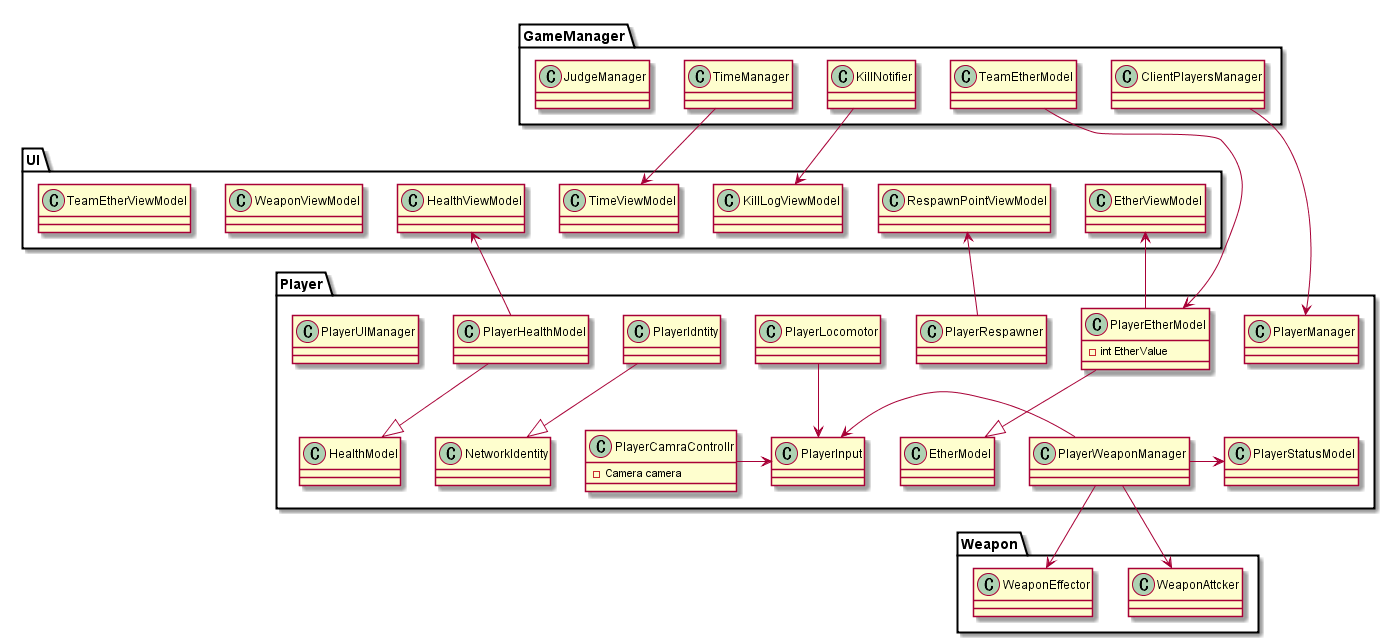
Earlier version of the PlantUML export Assets/SSP/UML/UML.png (denx-jp/SSP). Its diagram source:
```plantuml
@startuml
namespace Player{

  class PlayerManager{

  }

  class PlayerInput{

  }

  class PlayerLocomotor{

  }
  PlayerLocomotor -down-> PlayerInput

  class PlayerCamraControllr{
    - Camera camera
  }
  PlayerCamraControllr -> PlayerInput

  class PlayerIdntity{

  }
  PlayerIdntity -down-|> NetworkIdentity

  class PlayerWeaponManager{

  }
  PlayerWeaponManager -left> PlayerInput
  PlayerWeaponManager -> PlayerStatusModel
  PlayerWeaponManager -> Weapon.WeaponAttcker
  PlayerWeaponManager -> Weapon.WeaponEffector

  class PlayerRespawner{

  }
  PlayerRespawner -up-> UI.RespawnPointViewModel

  class PlayerHealthModel{

  }
  PlayerHealthModel -down-|> HealthModel
  PlayerHealthModel -up> UI.HealthViewModel

  class PlayerEtherModel{
    - int EtherValue
  }
  PlayerEtherModel -down-|> EtherModel
  PlayerEtherModel -up> UI.EtherViewModel

  class PlayerStatusModel{

  }
  class PlayerUIManager{

  }

}

namespace Weapon{
  class WeaponAttcker{

  }

  class WeaponEffector{

  }
}

namespace UI{

class HealthViewModel{

}

class EtherViewModel{

}

class WeaponViewModel{

}
class TimeViewModel{

}
GameManager.TimeManager -> TimeViewModel
class TeamEtherViewModel{

}
class KillLogViewModel{

}
GameManager.KillNotifier -> KillLogViewModel

class RespawnPointViewModel{

}

class HealthViewModel{

}

}

namespace GameManager{

class ClientPlayersManager{

}
ClientPlayersManager --> Player.PlayerManager

class KillNotifier{

}
class TimeManager{

}
class TeamEtherModel{

}
TeamEtherModel --> Player.PlayerEtherModel

class JudgeManager{

}

}

@enduml
```
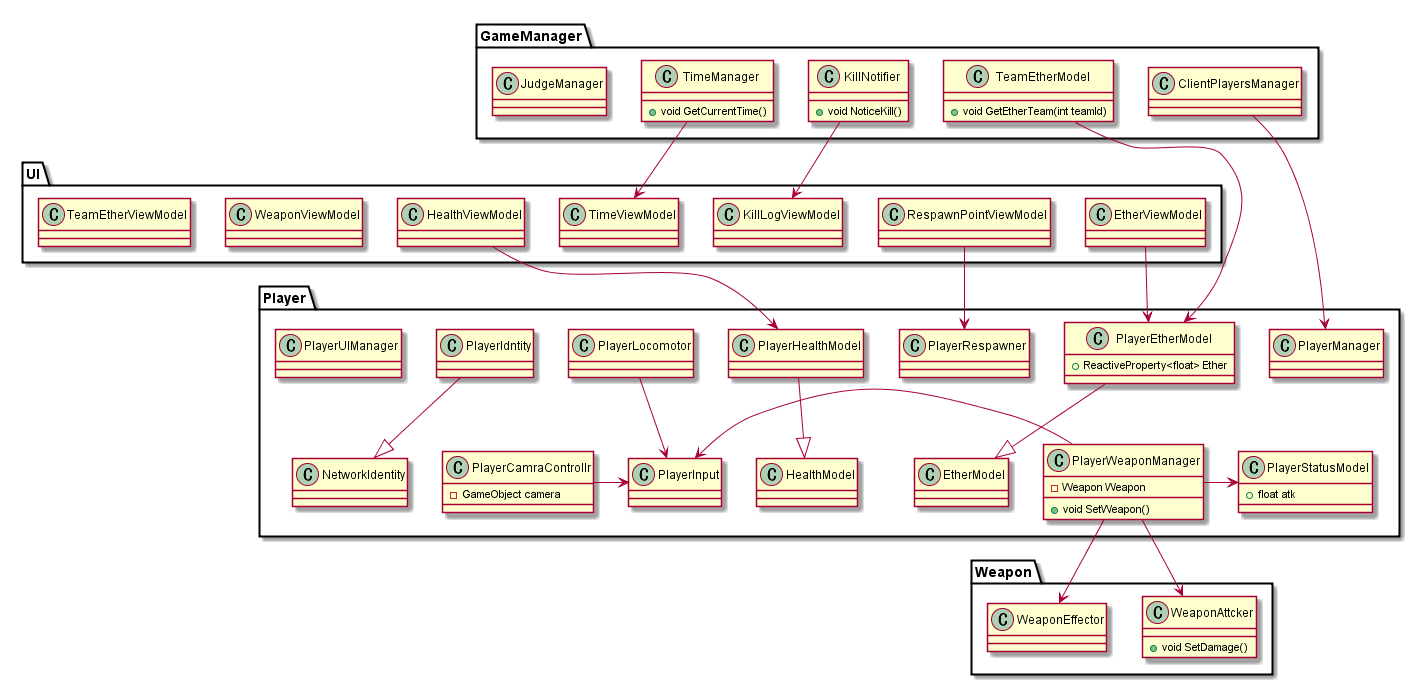
Later version of the same file.

Change to the diagram source:
```diff
@@ -15,7 +15,7 @@
   PlayerLocomotor -down-> PlayerInput
 
   class PlayerCamraControllr{
-    - Camera camera
+    - GameObject camera
   }
   PlayerCamraControllr -> PlayerInput
 
@@ -25,7 +25,8 @@
   PlayerIdntity -down-|> NetworkIdentity
 
   class PlayerWeaponManager{
-
+    - Weapon Weapon
+    + void SetWeapon()
   }
   PlayerWeaponManager -left> PlayerInput
   PlayerWeaponManager -> PlayerStatusModel
@@ -35,22 +36,19 @@
   class PlayerRespawner{
 
   }
-  PlayerRespawner -up-> UI.RespawnPointViewModel
 
   class PlayerHealthModel{
 
   }
   PlayerHealthModel -down-|> HealthModel
-  PlayerHealthModel -up> UI.HealthViewModel
 
   class PlayerEtherModel{
-    - int EtherValue
+    + ReactiveProperty<float> Ether
   }
   PlayerEtherModel -down-|> EtherModel
-  PlayerEtherModel -up> UI.EtherViewModel
 
   class PlayerStatusModel{
-
+    + float atk
   }
   class PlayerUIManager{
 
@@ -60,7 +58,7 @@
 
 namespace Weapon{
   class WeaponAttcker{
-
+    + void SetDamage()
   }
 
   class WeaponEffector{
@@ -70,60 +68,65 @@
 
 namespace UI{
 
-class HealthViewModel{
+  class HealthViewModel{
 
-}
+  }
+  HealthViewModel -down> Player.PlayerHealthModel
 
-class EtherViewModel{
+  class EtherViewModel{
 
-}
+  }
+  EtherViewModel -> Player.PlayerEtherModel
 
-class WeaponViewModel{
+  class WeaponViewModel{
 
-}
-class TimeViewModel{
+  }
+  class TimeViewModel{
 
-}
-GameManager.TimeManager -> TimeViewModel
-class TeamEtherViewModel{
+  }
+  GameManager.TimeManager -> TimeViewModel
+  class TeamEtherViewModel{
 
-}
-class KillLogViewModel{
+  }
+  class KillLogViewModel{
 
-}
-GameManager.KillNotifier -> KillLogViewModel
+  }
+  GameManager.KillNotifier -> KillLogViewModel
 
-class RespawnPointViewModel{
+  class RespawnPointViewModel{
 
-}
+  }
+  RespawnPointViewModel -> Player.PlayerRespawner
 
-class HealthViewModel{
+  class HealthViewModel{
 
-}
+  }
 
 }
 
 namespace GameManager{
 
-class ClientPlayersManager{
+  class ClientPlayersManager{
 
-}
-ClientPlayersManager --> Player.PlayerManager
+  }
+  ClientPlayersManager --> Player.PlayerManager
 
-class KillNotifier{
+  class KillNotifier{
+    + void NoticeKill()
+  }
 
-}
-class TimeManager{
+  class TimeManager{
+    + void GetCurrentTime()
+  }
 
-}
-class TeamEtherModel{
+  class TeamEtherModel{
+    + void GetEtherTeam(int teamId)
+  }
+  TeamEtherModel --> Player.PlayerEtherModel
 
-}
-TeamEtherModel --> Player.PlayerEtherModel
+  class JudgeManager{
 
-class JudgeManager{
-
-}
+  }
 
 }
 
```
